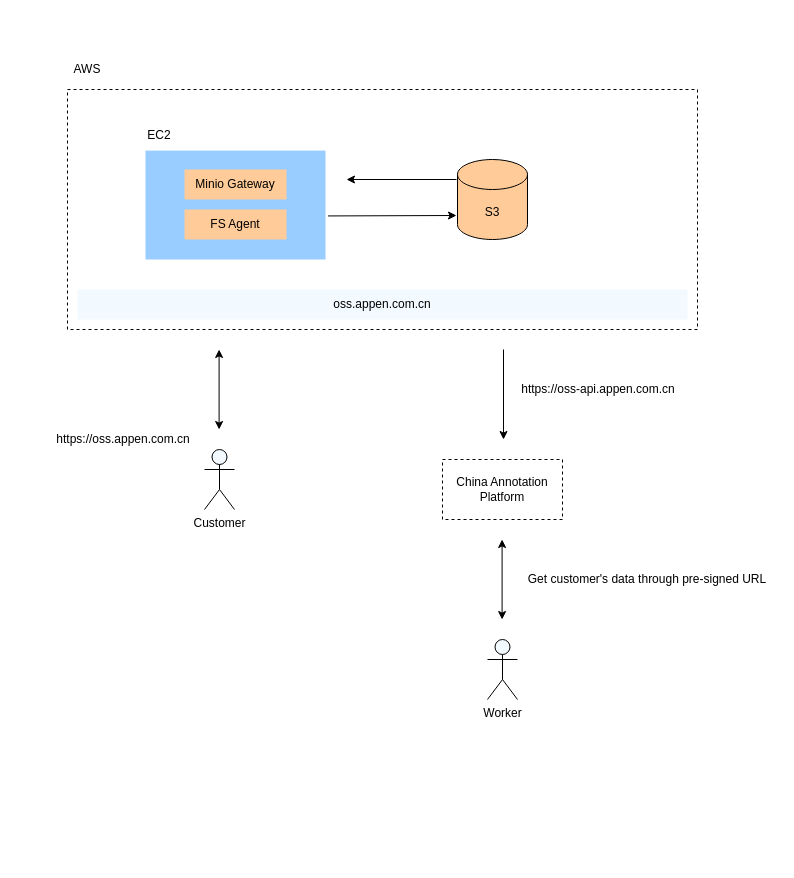
Above: Untitled Diagram.drawio in yingjieg/wiki (draw.io), before the change. Source tidied: cells renumbered, new cells numbered last; positions are measured from the earlier drawing's top-left corner, leaving out a move shared by most shapes. Both pictures are drawn from the tidied source at 100%, with x=0, y=0 at pixel (47, 49).
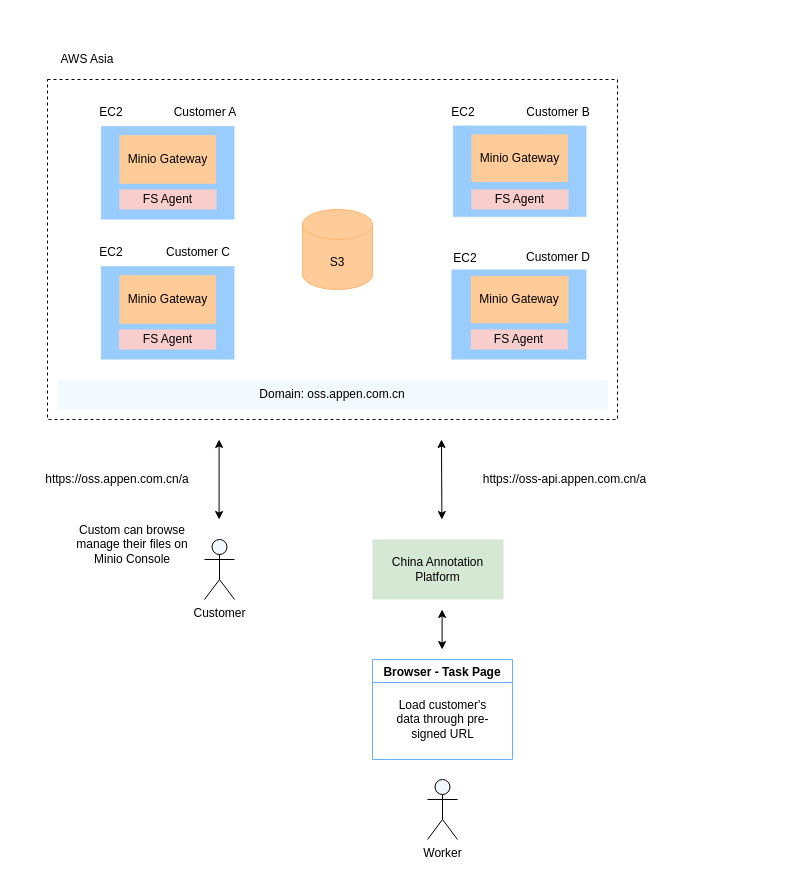
After the change.

Change to the diagram source:
```diff
@@
     <mxCell id="2" style="rounded=0;whiteSpace=wrap;html=1;dashed=1;fillColor=none;" parent="1" vertex="1">
-      <mxGeometry x="20" y="40" width="630" height="240" as="geometry" />
+      <mxGeometry y="30" width="570" height="340" as="geometry" />
     </mxCell>
-    <mxCell id="3" value="AWS" style="text;html=1;strokeColor=none;fillColor=none;align=center;verticalAlign=middle;whiteSpace=wrap;rounded=0;dashed=1;" parent="1" vertex="1">
-      <mxGeometry width="80" height="40" as="geometry" />
+    <mxCell id="3" value="AWS Asia" style="text;html=1;strokeColor=none;fillColor=none;align=center;verticalAlign=middle;whiteSpace=wrap;rounded=0;dashed=1;" parent="1" vertex="1">
+      <mxGeometry y="-10" width="80" height="40" as="geometry" />
     </mxCell>
     <mxCell id="4" style="group;" parent="1" vertex="1">
-      <mxGeometry x="92" y="70" width="186" height="140" as="geometry" />
+      <mxGeometry x="49" y="50" width="150" height="120" as="geometry" />
     </mxCell>
     <mxCell id="5" style="rounded=0;whiteSpace=wrap;html=1;fillColor=#99CCFF;strokeColor=none;" parent="4" vertex="1">
-      <mxGeometry x="6" y="31.1" width="180" height="108.9" as="geometry" />
+      <mxGeometry x="4.5" y="26.7" width="133.5" height="93.3" as="geometry" />
     </mxCell>
     <mxCell id="6" value="EC2" style="text;html=1;strokeColor=none;fillColor=none;align=center;verticalAlign=middle;whiteSpace=wrap;rounded=0;" parent="4" vertex="1">
-      <mxGeometry width="40" height="31.1" as="geometry" />
+      <mxGeometry width="29.7" height="26.7" as="geometry" />
     </mxCell>
     <mxCell id="7" value="Minio Gateway" style="rounded=0;whiteSpace=wrap;html=1;fillColor=#FFCC99;strokeColor=none;" parent="4" vertex="1">
-      <mxGeometry x="45" y="50" width="102" height="30" as="geometry" />
+      <mxGeometry x="22.9" y="35.7" width="96.7" height="48.6" as="geometry" />
     </mxCell>
-    <mxCell id="8" value="FS Agent" style="rounded=0;whiteSpace=wrap;html=1;fillColor=#FFCC99;strokeColor=none;" parent="4" vertex="1">
-      <mxGeometry x="45" y="90" width="102" height="30" as="geometry" />
-    </mxCell>
+    <mxCell id="23" value="FS Agent" style="rounded=0;whiteSpace=wrap;html=1;fillColor=#f8cecc;strokeColor=none;" parent="4" vertex="1">
+      <mxGeometry x="22.9" y="90" width="97.1" height="20" as="geometry" />
+    </mxCell>
+    <mxCell id="24" value="Customer A" style="text;html=1;strokeColor=none;fillColor=none;align=center;verticalAlign=middle;whiteSpace=wrap;rounded=0;" parent="4" vertex="1">
+      <mxGeometry x="68" y="3.3" width="82" height="20" as="geometry" />
+    </mxCell>
     <mxCell id="9" style="group;" parent="1" vertex="1">
-      <mxGeometry x="410" y="110" width="70" height="80" as="geometry" />
+      <mxGeometry x="451" y="-32.7" width="101" height="200" as="geometry" />
     </mxCell>
-    <mxCell id="10" value="S3" style="shape=cylinder3;whiteSpace=wrap;html=1;boundedLbl=1;backgroundOutline=1;size=15;fillColor=#FFCC99;" parent="9" vertex="1">
-      <mxGeometry width="70" height="80" as="geometry" />
-    </mxCell>
-    <mxCell id="11" style="endArrow=classic;html=1;exitX=1.014;exitY=0.6;exitDx=0;exitDy=0;exitPerimeter=0;" parent="9" edge="1" source="5">
-      <mxGeometry relative="1" as="geometry">
-        <mxPoint x="-1" y="56" as="targetPoint" />
-      </mxGeometry>
-    </mxCell>
-    <mxCell id="12" style="endArrow=classic;html=1;" parent="9" edge="1">
-      <mxGeometry relative="1" as="geometry">
-        <mxPoint x="-1" y="20" as="sourcePoint" />
-        <mxPoint x="-111" y="20" as="targetPoint" />
-      </mxGeometry>
-    </mxCell>
+    <mxCell id="25" style="group;" parent="9" vertex="1">
+      <mxGeometry x="-50" y="82.7" width="151" height="117.3" as="geometry" />
+    </mxCell>
+    <mxCell id="26" style="rounded=0;whiteSpace=wrap;html=1;fillColor=#99CCFF;strokeColor=none;" parent="25" vertex="1">
+      <mxGeometry x="4.5" y="26.1" width="133.5" height="91.2" as="geometry" />
+    </mxCell>
+    <mxCell id="27" value="EC2" style="text;html=1;strokeColor=none;fillColor=none;align=center;verticalAlign=middle;whiteSpace=wrap;rounded=0;" parent="25" vertex="1">
+      <mxGeometry width="29.7" height="26.1" as="geometry" />
+    </mxCell>
+    <mxCell id="28" value="Minio Gateway" style="rounded=0;whiteSpace=wrap;html=1;fillColor=#FFCC99;strokeColor=none;" parent="25" vertex="1">
+      <mxGeometry x="22.9" y="34.9" width="96.7" height="47.5" as="geometry" />
+    </mxCell>
+    <mxCell id="29" value="FS Agent" style="rounded=0;whiteSpace=wrap;html=1;fillColor=#f8cecc;strokeColor=none;" parent="25" vertex="1">
+      <mxGeometry x="22.9" y="90" width="97.1" height="20" as="geometry" />
+    </mxCell>
+    <mxCell id="30" value="Customer B" style="text;html=1;strokeColor=none;fillColor=none;align=center;verticalAlign=middle;whiteSpace=wrap;rounded=0;" parent="25" vertex="1">
+      <mxGeometry x="69" y="3" width="82" height="20" as="geometry" />
+    </mxCell>
-    <mxCell id="13" value="oss.appen.com.cn" style="rounded=0;whiteSpace=wrap;html=1;fillColor=#F2FAFF;strokeColor=none;" parent="1" vertex="1">
-      <mxGeometry x="30" y="240" width="610" height="30" as="geometry" />
+    <mxCell id="13" value="Domain: oss.appen.com.cn" style="rounded=0;whiteSpace=wrap;html=1;fillColor=#F2FAFF;strokeColor=none;" parent="1" vertex="1">
+      <mxGeometry x="10" y="330" width="550" height="30" as="geometry" />
     </mxCell>
-    <mxCell id="14" style="endArrow=classic;html=1;" parent="1" edge="1">
-      <mxGeometry relative="1" as="geometry">
-        <mxPoint x="456" y="300" as="sourcePoint" />
-        <mxPoint x="456" y="390" as="targetPoint" />
-      </mxGeometry>
-    </mxCell>
-    <mxCell id="15" value="https://oss-api.appen.com.cn" style="text;html=1;strokeColor=none;fillColor=none;align=center;verticalAlign=middle;whiteSpace=wrap;rounded=0;" parent="1" vertex="1">
-      <mxGeometry x="461" y="330" width="180" height="20" as="geometry" />
+    <mxCell id="15" value="https://oss-api.appen.com.cn/a" style="text;html=1;strokeColor=none;fillColor=none;align=center;verticalAlign=middle;whiteSpace=wrap;rounded=0;" parent="1" vertex="1">
+      <mxGeometry x="405" y="420" width="225" height="20" as="geometry" />
     </mxCell>
-    <mxCell id="16" value="https://oss.appen.com.cn" style="text;html=1;strokeColor=none;fillColor=none;align=center;verticalAlign=middle;whiteSpace=wrap;rounded=0;" parent="1" vertex="1">
-      <mxGeometry x="11" y="380" width="130" height="20" as="geometry" />
+    <mxCell id="16" value="https://oss.appen.com.cn/a" style="text;html=1;strokeColor=none;fillColor=none;align=center;verticalAlign=middle;whiteSpace=wrap;rounded=0;" parent="1" vertex="1">
+      <mxGeometry x="-30" y="420" width="200" height="20" as="geometry" />
     </mxCell>
     <mxCell id="17" value="Customer" style="shape=umlActor;verticalLabelPosition=bottom;verticalAlign=top;html=1;fillColor=#F2FAFF;" parent="1" vertex="1">
-      <mxGeometry x="157" y="400" width="30" height="60" as="geometry" />
+      <mxGeometry x="157" y="490" width="30" height="60" as="geometry" />
     </mxCell>
     <mxCell id="18" value="Worker" style="shape=umlActor;verticalLabelPosition=bottom;verticalAlign=top;html=1;fillColor=#F2FAFF;" parent="1" vertex="1">
-      <mxGeometry x="440" y="590" width="30" height="60" as="geometry" />
+      <mxGeometry x="380" y="730" width="30" height="60" as="geometry" />
     </mxCell>
     <mxCell id="19" style="endArrow=classic;startArrow=classic;html=1;" parent="1" edge="1">
       <mxGeometry relative="1" as="geometry">
-        <mxPoint x="454.6" y="570" as="sourcePoint" />
-        <mxPoint x="454.6" y="490" as="targetPoint" />
+        <mxPoint x="394.6" y="600" as="sourcePoint" />
+        <mxPoint x="394.6" y="560" as="targetPoint" />
       </mxGeometry>
     </mxCell>
-    <mxCell id="20" value="Get customer's data through pre-signed URL" style="text;html=1;strokeColor=none;fillColor=none;align=center;verticalAlign=middle;whiteSpace=wrap;rounded=0;dashed=1;" parent="1" vertex="1">
-      <mxGeometry x="470" y="520" width="260" height="20" as="geometry" />
-    </mxCell>
     <mxCell id="21" style="endArrow=classic;startArrow=classic;html=1;" parent="1" edge="1">
       <mxGeometry relative="1" as="geometry">
-        <mxPoint x="171.6" y="380" as="sourcePoint" />
-        <mxPoint x="171.6" y="300" as="targetPoint" />
+        <mxPoint x="171.6" y="470" as="sourcePoint" />
+        <mxPoint x="171.6" y="390" as="targetPoint" />
       </mxGeometry>
     </mxCell>
-    <mxCell id="22" value="China Annotation Platform" style="rounded=0;whiteSpace=wrap;html=1;dashed=1;strokeColor=#000000;fillColor=none;" parent="1" vertex="1">
-      <mxGeometry x="395" y="410" width="120" height="60" as="geometry" />
+    <mxCell id="22" value="China Annotation Platform" style="rounded=0;whiteSpace=wrap;html=1;dashed=1;fillColor=#d5e8d4;strokeColor=none;" parent="1" vertex="1">
+      <mxGeometry x="325" y="490" width="131" height="60" as="geometry" />
     </mxCell>
+    <mxCell id="31" style="endArrow=classic;startArrow=classic;html=1;" parent="1" edge="1">
+      <mxGeometry relative="1" as="geometry">
+        <mxPoint x="394.4" y="470" as="sourcePoint" />
+        <mxPoint x="394" y="390" as="targetPoint" />
+      </mxGeometry>
+    </mxCell>
+    <mxCell id="32" value="Custom can browse manage their files on Minio Console" style="text;html=1;strokeColor=none;fillColor=none;align=center;verticalAlign=middle;whiteSpace=wrap;rounded=0;dashed=1;" parent="1" vertex="1">
+      <mxGeometry x="25" y="460" width="120" height="70" as="geometry" />
+    </mxCell>
+    <mxCell id="33" value="Browser - Task Page" style="swimlane;fillColor=none;strokeColor=#66B2FF;" parent="1" vertex="1">
+      <mxGeometry x="325" y="610" width="140" height="100" as="geometry" />
+    </mxCell>
+    <mxCell id="20" value="Load customer's data through pre-signed URL" style="text;html=1;strokeColor=none;fillColor=none;align=center;verticalAlign=middle;whiteSpace=wrap;rounded=0;dashed=1;" parent="33" vertex="1">
+      <mxGeometry x="17.5" y="50" width="105" height="20" as="geometry" />
+    </mxCell>
+    <mxCell id="34" style="group;" parent="1" vertex="1">
+      <mxGeometry x="49" y="190" width="153" height="120" as="geometry" />
+    </mxCell>
+    <mxCell id="35" style="rounded=0;whiteSpace=wrap;html=1;fillColor=#99CCFF;strokeColor=none;" parent="34" vertex="1">
+      <mxGeometry x="4.5" y="26.7" width="133.5" height="93.3" as="geometry" />
+    </mxCell>
+    <mxCell id="36" value="EC2" style="text;html=1;strokeColor=none;fillColor=none;align=center;verticalAlign=middle;whiteSpace=wrap;rounded=0;" parent="34" vertex="1">
+      <mxGeometry width="29.7" height="26.7" as="geometry" />
+    </mxCell>
+    <mxCell id="37" value="Minio Gateway" style="rounded=0;whiteSpace=wrap;html=1;fillColor=#FFCC99;strokeColor=none;" parent="34" vertex="1">
+      <mxGeometry x="22.9" y="35.7" width="96.7" height="48.6" as="geometry" />
+    </mxCell>
+    <mxCell id="38" value="FS Agent" style="rounded=0;whiteSpace=wrap;html=1;fillColor=#f8cecc;strokeColor=none;" parent="34" vertex="1">
+      <mxGeometry x="22.5" y="90" width="97.1" height="20" as="geometry" />
+    </mxCell>
+    <mxCell id="39" value="Customer C" style="text;html=1;strokeColor=none;fillColor=none;align=center;verticalAlign=middle;whiteSpace=wrap;rounded=0;" parent="34" vertex="1">
+      <mxGeometry x="61" y="3.3" width="82" height="20" as="geometry" />
+    </mxCell>
+    <mxCell id="10" value="S3" style="shape=cylinder3;whiteSpace=wrap;html=1;boundedLbl=1;backgroundOutline=1;size=15;fillColor=#FFCC99;strokeColor=#FFB570;" parent="1" vertex="1">
+      <mxGeometry x="255" y="160" width="70" height="80" as="geometry" />
+    </mxCell>
+    <mxCell id="40" style="group;" parent="1" vertex="1">
+      <mxGeometry x="399.4" y="190" width="152.6" height="120" as="geometry" />
+    </mxCell>
+    <mxCell id="41" style="rounded=0;whiteSpace=wrap;html=1;fillColor=#99CCFF;strokeColor=none;" parent="40" vertex="1">
+      <mxGeometry x="4.5" y="30" width="135.1" height="90" as="geometry" />
+    </mxCell>
+    <mxCell id="42" value="EC2" style="text;html=1;strokeColor=none;fillColor=none;align=center;verticalAlign=middle;whiteSpace=wrap;rounded=0;" parent="40" vertex="1">
+      <mxGeometry x="4" y="10" width="30" height="17.8" as="geometry" />
+    </mxCell>
+    <mxCell id="43" value="Minio Gateway" style="rounded=0;whiteSpace=wrap;html=1;fillColor=#FFCC99;strokeColor=none;" parent="40" vertex="1">
+      <mxGeometry x="23.8" y="36.4" width="97.8" height="47.3" as="geometry" />
+    </mxCell>
+    <mxCell id="44" value="FS Agent" style="rounded=0;whiteSpace=wrap;html=1;fillColor=#f8cecc;strokeColor=none;" parent="40" vertex="1">
+      <mxGeometry x="23.8" y="90" width="97.1" height="20" as="geometry" />
+    </mxCell>
+    <mxCell id="45" value="Customer D" style="text;html=1;strokeColor=none;fillColor=none;align=center;verticalAlign=middle;whiteSpace=wrap;rounded=0;" parent="40" vertex="1">
+      <mxGeometry x="70.6" y="7.8" width="82" height="20" as="geometry" />
+    </mxCell>
```
